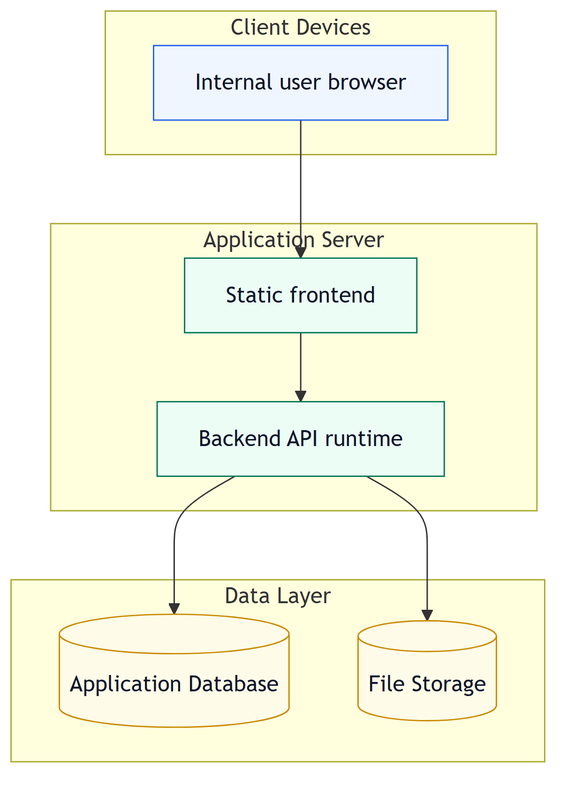
capmoo-capstone/report keeps this Mermaid diagram as report-diagrams/13-deployment-diagram.png. Above is the earlier version. Its source is kept beside it as report-diagrams/13-deployment-diagram.mmd.
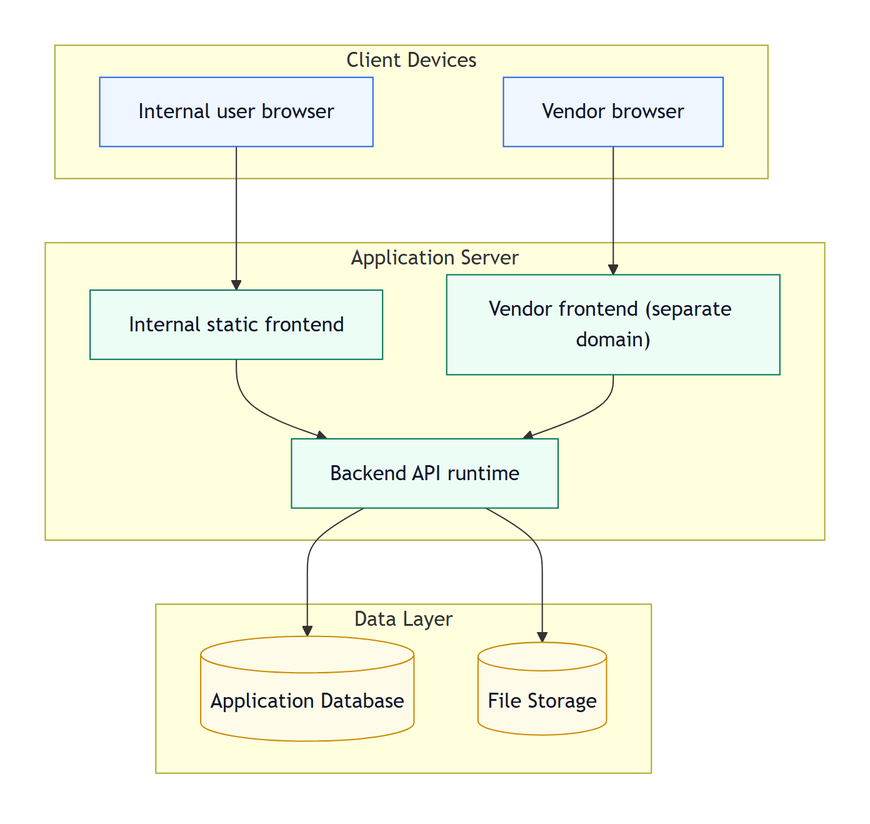
After the commit.

Commit message:
update diagram vendor portal

Diff of the diagram source:
```diff
@@ -6,10 +6,12 @@
 
     subgraph Client["Client Devices"]
         InternalBrowser["Internal user browser"]:::device
+        VendorBrowser["Vendor browser"]:::device
     end
 
     subgraph AppServer["Application Server"]
-        StaticWeb["Static frontend"]:::node
+        StaticWeb["Internal static frontend"]:::node
+        VendorWeb["Vendor frontend (separate domain)"]:::node
         ApiRuntime["Backend API runtime"]:::node
     end
 
@@ -19,6 +21,8 @@
     end
 
     InternalBrowser --> StaticWeb
+    VendorBrowser --> VendorWeb
     StaticWeb --> ApiRuntime
+    VendorWeb --> ApiRuntime
     ApiRuntime --> Database
     ApiRuntime --> FileStorage
```
